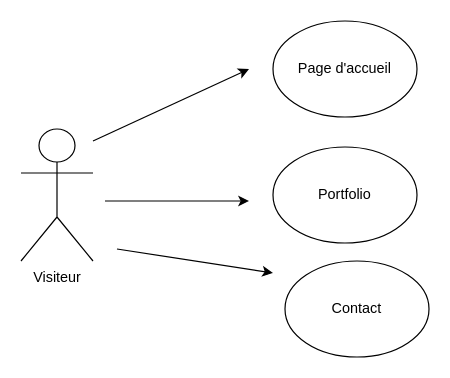
The draw.io diagram CHAPITRE 5/usecase.drawio in GwendalSaget/COURS_WEB, before the edit. Source tidied: cells renumbered, new cells numbered last; positions are measured from the earlier drawing's top-left corner, leaving out a move shared by most shapes. Both pictures are drawn from the tidied source at 120%, with x=0, y=0 at pixel (20, 20).
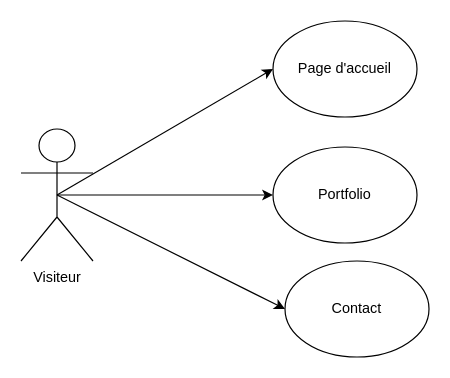
After the change.

Commit message (it also covers changes not shown here):
Mettre à jour usecase.drawio

The edit, as a diff of the source:
```diff
@@
 <mxGraphModel>
   <root>
     <mxCell id="0" />
     <mxCell id="1" parent="0" />
     <mxCell id="2" value="Visiteur" style="shape=umlActor;verticalLabelPosition=bottom;verticalAlign=top;html=1;outlineConnect=0;" parent="1" vertex="1">
       <mxGeometry y="90" width="60" height="110" as="geometry" />
     </mxCell>
-    <mxCell id="3" style="endArrow=classic;html=1;rounded=0;" parent="1" edge="1">
-      <mxGeometry relative="1" as="geometry">
-        <mxPoint x="60" y="100" as="sourcePoint" />
-        <mxPoint x="190" y="40" as="targetPoint" />
-      </mxGeometry>
+    <mxCell id="3" style="endArrow=classic;html=1;rounded=0;entryX=0;entryY=0.5;entryDx=0;entryDy=0;exitX=0.5;exitY=0.5;exitDx=0;exitDy=0;exitPerimeter=0;" parent="1" edge="1" source="2" target="6">
+      <mxGeometry relative="1" as="geometry" />
     </mxCell>
-    <mxCell id="4" style="endArrow=classic;html=1;rounded=0;" parent="1" edge="1">
-      <mxGeometry relative="1" as="geometry">
-        <mxPoint x="70" y="150" as="sourcePoint" />
-        <mxPoint x="190" y="150" as="targetPoint" />
-      </mxGeometry>
+    <mxCell id="4" style="endArrow=classic;html=1;rounded=0;entryX=0;entryY=0.5;entryDx=0;entryDy=0;exitX=0.5;exitY=0.5;exitDx=0;exitDy=0;exitPerimeter=0;" parent="1" edge="1" source="2" target="7">
+      <mxGeometry relative="1" as="geometry" />
     </mxCell>
-    <mxCell id="5" style="endArrow=classic;html=1;rounded=0;" parent="1" edge="1">
-      <mxGeometry relative="1" as="geometry">
-        <mxPoint x="80" y="190" as="sourcePoint" />
-        <mxPoint x="210" y="210" as="targetPoint" />
-      </mxGeometry>
+    <mxCell id="5" style="endArrow=classic;html=1;rounded=0;entryX=0;entryY=0.5;entryDx=0;entryDy=0;exitX=0.5;exitY=0.5;exitDx=0;exitDy=0;exitPerimeter=0;" parent="1" edge="1" source="2" target="8">
+      <mxGeometry relative="1" as="geometry" />
     </mxCell>
     <mxCell id="6" value="Page d'accueil" style="ellipse;whiteSpace=wrap;html=1;" parent="1" vertex="1">
       <mxGeometry x="210" width="120" height="80" as="geometry" />
     </mxCell>
     <mxCell id="7" value="Portfolio" style="ellipse;whiteSpace=wrap;html=1;" parent="1" vertex="1">
       <mxGeometry x="210" y="105" width="120" height="80" as="geometry" />
     </mxCell>
     <mxCell id="8" value="Contact" style="ellipse;whiteSpace=wrap;html=1;" parent="1" vertex="1">
       <mxGeometry x="220" y="200" width="120" height="80" as="geometry" />
     </mxCell>
   </root>
 </mxGraphModel>
```
